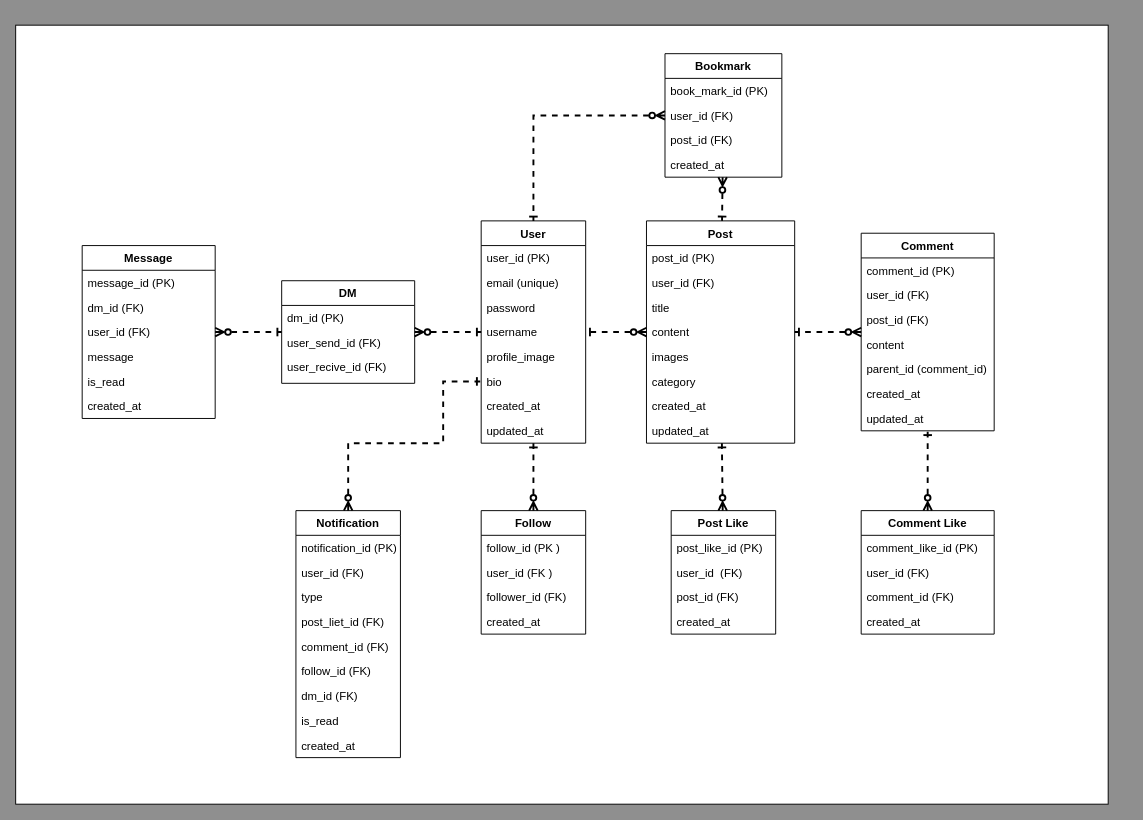
Above: node-team-project.drawio in Agratos/node-study (draw.io), before the change. Source tidied: cells renumbered, new cells numbered last; positions are measured from the earlier drawing's top-left corner, leaving out a move shared by most shapes. Both pictures are drawn from the tidied source at 95%, with x=0, y=0 at pixel (15, 25).
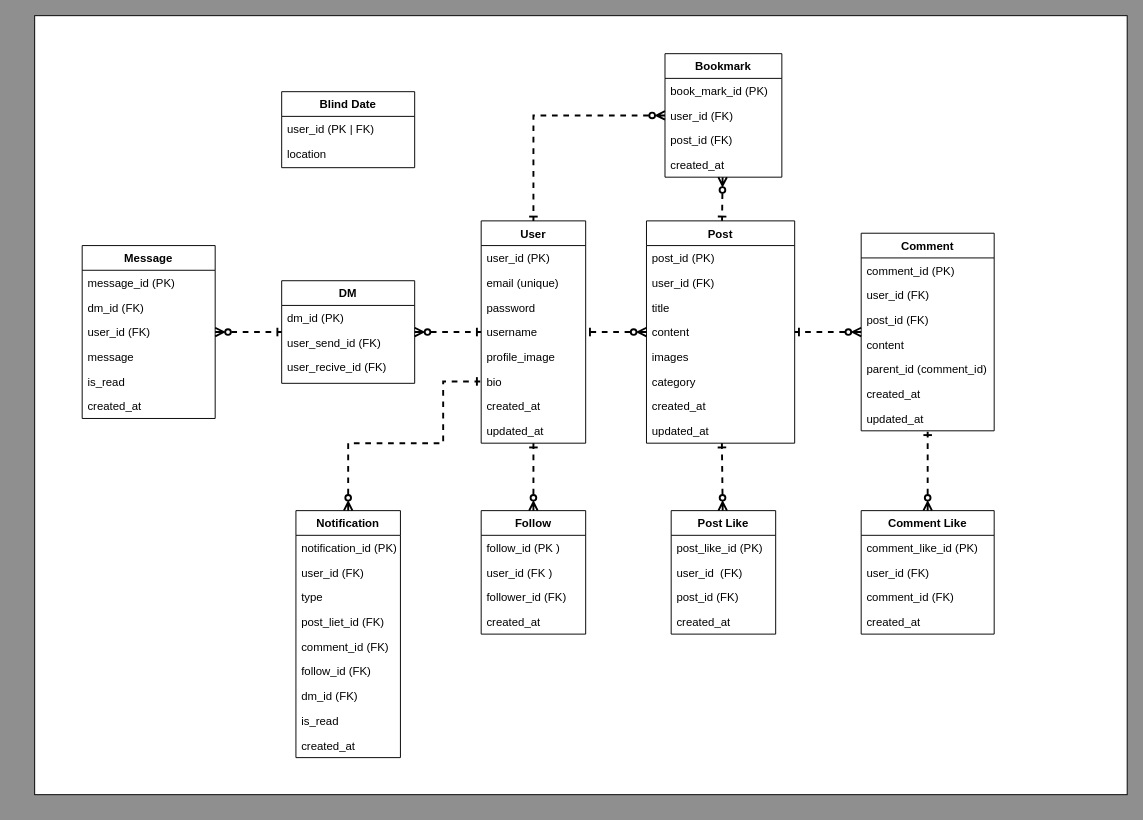
Above is the later version.

Change to the diagram source:
```diff
@@
     <mxCell id="2" style="rounded=0;whiteSpace=wrap;html=1;" parent="1" vertex="1">
-      <mxGeometry width="1150" height="820" as="geometry" />
+      <mxGeometry x="20" y="-10" width="1150" height="820" as="geometry" />
     </mxCell>
@@
+    <mxCell id="81" value="Blind Date" style="swimlane;fontStyle=1;align=center;verticalAlign=top;horizontal=1;startSize=26;rounded=0;shadow=0;strokeWidth=1;" parent="1" vertex="1">
+      <mxGeometry x="280" y="70" width="140" height="80" as="geometry" />
+    </mxCell>
+    <mxCell id="82" value="user_id (PK | FK)" style="text;align=left;verticalAlign=top;spacingLeft=4;spacingRight=4;overflow=hidden;" parent="81" vertex="1">
+      <mxGeometry y="26" width="140" height="26" as="geometry" />
+    </mxCell>
+    <mxCell id="83" value="location" style="text;align=left;verticalAlign=top;spacingLeft=4;spacingRight=4;overflow=hidden;" parent="81" vertex="1">
+      <mxGeometry y="52" width="140" height="26" as="geometry" />
+    </mxCell>
```
